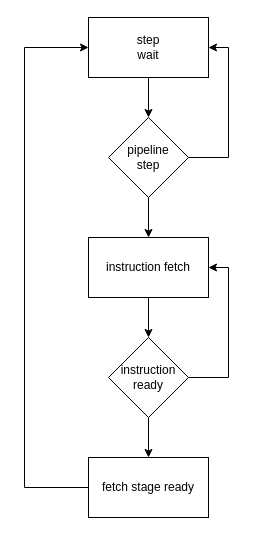
vittorio01/CustomCPU keeps this draw.io diagram as diagrams/fetch_stage_controller.drawio. Above is the earlier version. Source tidied: cells renumbered, new cells numbered last; positions are measured from the earlier drawing's top-left corner, leaving out a move shared by most shapes. Both pictures are drawn from the tidied source at 100%, with x=0, y=0 at pixel (24, 17).
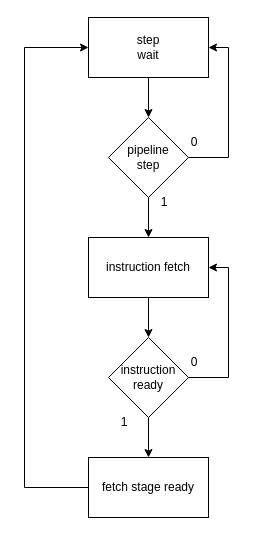
The same page after the edit.

Change to the diagram source:
```diff
@@
+    <mxCell id="14" value="0" style="text;html=1;strokeColor=none;fillColor=none;align=center;verticalAlign=middle;whiteSpace=wrap;rounded=0;" parent="1" vertex="1">
+      <mxGeometry x="140" y="110" width="60" height="30" as="geometry" />
+    </mxCell>
+    <mxCell id="15" value="1" style="text;html=1;strokeColor=none;fillColor=none;align=center;verticalAlign=middle;whiteSpace=wrap;rounded=0;" parent="1" vertex="1">
+      <mxGeometry x="110" y="170" width="60" height="30" as="geometry" />
+    </mxCell>
+    <mxCell id="16" value="0" style="text;html=1;strokeColor=none;fillColor=none;align=center;verticalAlign=middle;whiteSpace=wrap;rounded=0;" parent="1" vertex="1">
+      <mxGeometry x="140" y="330" width="60" height="30" as="geometry" />
+    </mxCell>
+    <mxCell id="17" value="1" style="text;html=1;strokeColor=none;fillColor=none;align=center;verticalAlign=middle;whiteSpace=wrap;rounded=0;" parent="1" vertex="1">
+      <mxGeometry x="70" y="390" width="60" height="30" as="geometry" />
+    </mxCell>
```
